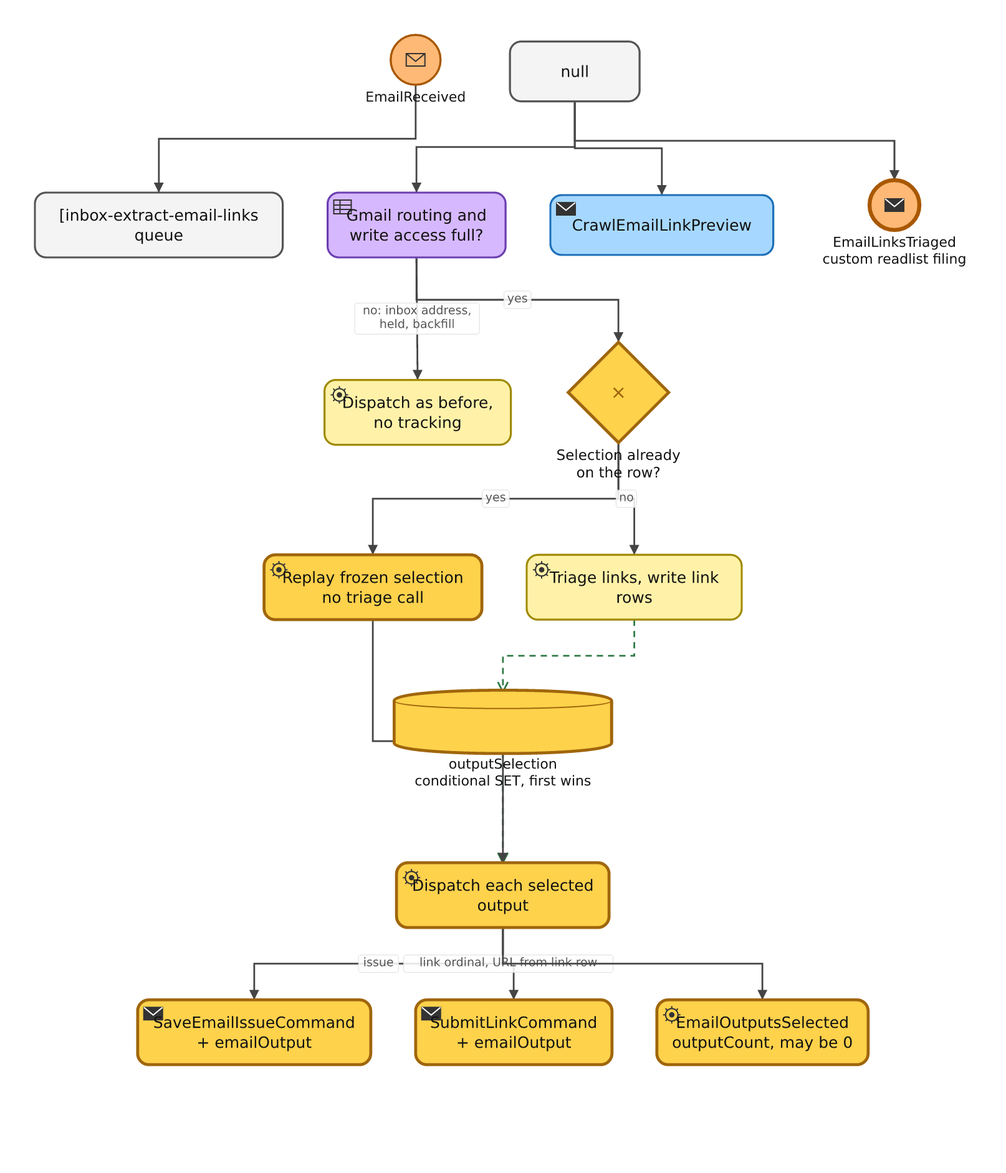
The BPMN diagram .architecture/2026-10-27-b918eea/diagrams-bpmn/selection-dispatch.png in Readplace/readplace.com, before a commit. Its source is kept beside it as .architecture/2026-10-27-b918eea/diagrams-bpmn/selection-dispatch.bpmn. Ids are renumbered.
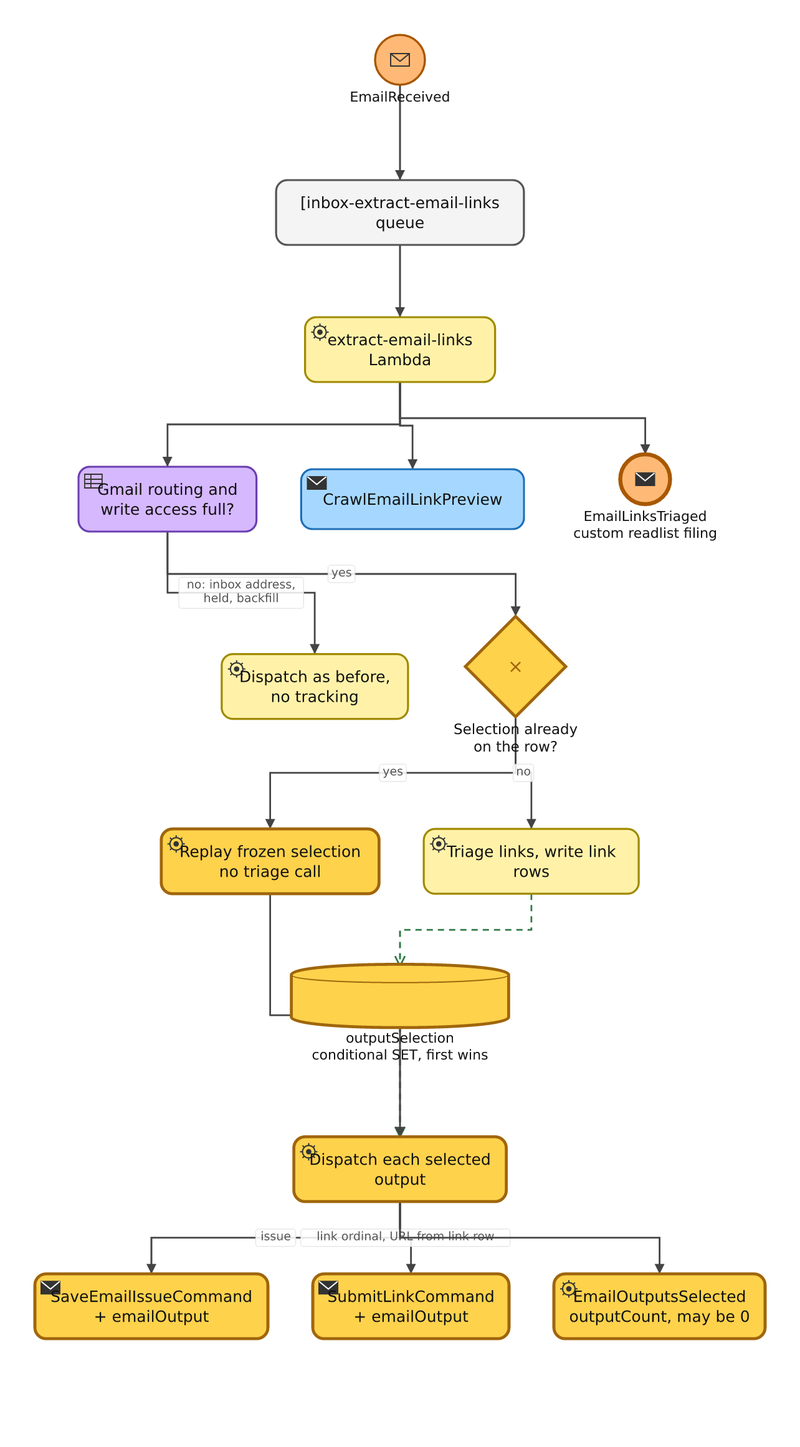
Above is the later version.

What changed in the source:
```diff
@@ -6,196 +6,203 @@
     </bpmn:startEvent>
     <bpmn:task id="n_XQ" name="[inbox-extract-email-links queue">
       <bpmn:incoming>f_0</bpmn:incoming>
+      <bpmn:outgoing>f_1</bpmn:outgoing>
     </bpmn:task>
-    <bpmn:task id="n_X" name="">
-      <bpmn:outgoing>f_1</bpmn:outgoing>
-      <bpmn:outgoing>f_12</bpmn:outgoing>
-      <bpmn:outgoing>f_13</bpmn:outgoing>
-    </bpmn:task>
-    <bpmn:businessRuleTask id="n_TRACK" name="Gmail routing and write access full?">
+    <bpmn:serviceTask id="n_X" name="extract-email-links Lambda">
       <bpmn:incoming>f_1</bpmn:incoming>
       <bpmn:outgoing>f_2</bpmn:outgoing>
+      <bpmn:outgoing>f_13</bpmn:outgoing>
+      <bpmn:outgoing>f_14</bpmn:outgoing>
+    </bpmn:serviceTask>
+    <bpmn:businessRuleTask id="n_TRACK" name="Gmail routing and write access full?">
+      <bpmn:incoming>f_2</bpmn:incoming>
       <bpmn:outgoing>f_3</bpmn:outgoing>
+      <bpmn:outgoing>f_4</bpmn:outgoing>
     </bpmn:businessRuleTask>
     <bpmn:serviceTask id="n_OLD" name="Dispatch as before, no tracking">
-      <bpmn:incoming>f_2</bpmn:incoming>
+      <bpmn:incoming>f_3</bpmn:incoming>
     </bpmn:serviceTask>
     <bpmn:exclusiveGateway id="n_FROZEN" name="Selection already on the row?">
-      <bpmn:incoming>f_3</bpmn:incoming>
-      <bpmn:outgoing>f_4</bpmn:outgoing>
+      <bpmn:incoming>f_4</bpmn:incoming>
       <bpmn:outgoing>f_5</bpmn:outgoing>
+      <bpmn:outgoing>f_6</bpmn:outgoing>
     </bpmn:exclusiveGateway>
     <bpmn:serviceTask id="n_REPLAY" name="Replay frozen selection no triage call">
-      <bpmn:incoming>f_4</bpmn:incoming>
-      <bpmn:outgoing>f_8</bpmn:outgoing>
+      <bpmn:incoming>f_5</bpmn:incoming>
+      <bpmn:outgoing>f_9</bpmn:outgoing>
     </bpmn:serviceTask>
     <bpmn:serviceTask id="n_TRIAGE" name="Triage links, write link rows">
-      <bpmn:incoming>f_5</bpmn:incoming>
+      <bpmn:incoming>f_6</bpmn:incoming>
     </bpmn:serviceTask>
     <bpmn:dataStoreReference id="n_SELECT" name="outputSelection conditional SET, first wins"></bpmn:dataStoreReference>
     <bpmn:serviceTask id="n_DISPATCH" name="Dispatch each selected output">
-      <bpmn:incoming>f_8</bpmn:incoming>
-      <bpmn:outgoing>f_9</bpmn:outgoing>
+      <bpmn:incoming>f_9</bpmn:incoming>
       <bpmn:outgoing>f_10</bpmn:outgoing>
       <bpmn:outgoing>f_11</bpmn:outgoing>
+      <bpmn:outgoing>f_12</bpmn:outgoing>
     </bpmn:serviceTask>
     <bpmn:sendTask id="n_SEI" name="SaveEmailIssueCommand + emailOutput">
-      <bpmn:incoming>f_9</bpmn:incoming>
+      <bpmn:incoming>f_10</bpmn:incoming>
     </bpmn:sendTask>
     <bpmn:sendTask id="n_SLC" name="SubmitLinkCommand + emailOutput">
-      <bpmn:incoming>f_10</bpmn:incoming>
+      <bpmn:incoming>f_11</bpmn:incoming>
     </bpmn:sendTask>
     <bpmn:serviceTask id="n_SELECTED" name="EmailOutputsSelected outputCount, may be 0">
-      <bpmn:incoming>f_11</bpmn:incoming>
+      <bpmn:incoming>f_12</bpmn:incoming>
     </bpmn:serviceTask>
     <bpmn:sendTask id="n_PREVIEW" name="CrawlEmailLinkPreview">
-      <bpmn:incoming>f_12</bpmn:incoming>
+      <bpmn:incoming>f_13</bpmn:incoming>
     </bpmn:sendTask>
     <bpmn:endEvent id="n_TRIAGED" name="EmailLinksTriaged custom readlist filing">
-      <bpmn:incoming>f_13</bpmn:incoming>
+      <bpmn:incoming>f_14</bpmn:incoming>
       <bpmn:messageEventDefinition />
     </bpmn:endEvent>
     <bpmn:sequenceFlow id="f_0" name="" sourceRef="n_RECEIVED" targetRef="n_XQ" />
-    <bpmn:sequenceFlow id="f_1" name="" sourceRef="n_X" targetRef="n_TRACK" />
-    <bpmn:sequenceFlow id="f_2" name="no: inbox address, held, backfill" sourceRef="n_TRACK" targetRef="n_OLD" />
-    <bpmn:sequenceFlow id="f_3" name="yes" sourceRef="n_TRACK" targetRef="n_FROZEN" />
-    <bpmn:sequenceFlow id="f_4" name="yes" sourceRef="n_FROZEN" targetRef="n_REPLAY" />
-    <bpmn:sequenceFlow id="f_5" name="no" sourceRef="n_FROZEN" targetRef="n_TRIAGE" />
-    <bpmn:sequenceFlow id="f_8" name="" sourceRef="n_REPLAY" targetRef="n_DISPATCH" />
-    <bpmn:sequenceFlow id="f_9" name="issue" sourceRef="n_DISPATCH" targetRef="n_SEI" />
-    <bpmn:sequenceFlow id="f_10" name="link ordinal, URL from link row" sourceRef="n_DISPATCH" targetRef="n_SLC" />
-    <bpmn:sequenceFlow id="f_11" name="" sourceRef="n_DISPATCH" targetRef="n_SELECTED" />
-    <bpmn:sequenceFlow id="f_12" name="" sourceRef="n_X" targetRef="n_PREVIEW" />
-    <bpmn:sequenceFlow id="f_13" name="" sourceRef="n_X" targetRef="n_TRIAGED" />
-    <bpmn:association id="f_6" sourceRef="n_TRIAGE" targetRef="n_SELECT" associationDirection="One" />
-    <bpmn:association id="f_7" sourceRef="n_SELECT" targetRef="n_DISPATCH" associationDirection="One" />
+    <bpmn:sequenceFlow id="f_1" name="" sourceRef="n_XQ" targetRef="n_X" />
+    <bpmn:sequenceFlow id="f_2" name="" sourceRef="n_X" targetRef="n_TRACK" />
+    <bpmn:sequenceFlow id="f_3" name="no: inbox address, held, backfill" sourceRef="n_TRACK" targetRef="n_OLD" />
+    <bpmn:sequenceFlow id="f_4" name="yes" sourceRef="n_TRACK" targetRef="n_FROZEN" />
+    <bpmn:sequenceFlow id="f_5" name="yes" sourceRef="n_FROZEN" targetRef="n_REPLAY" />
+    <bpmn:sequenceFlow id="f_6" name="no" sourceRef="n_FROZEN" targetRef="n_TRIAGE" />
+    <bpmn:sequenceFlow id="f_9" name="" sourceRef="n_REPLAY" targetRef="n_DISPATCH" />
+    <bpmn:sequenceFlow id="f_10" name="issue" sourceRef="n_DISPATCH" targetRef="n_SEI" />
+    <bpmn:sequenceFlow id="f_11" name="link ordinal, URL from link row" sourceRef="n_DISPATCH" targetRef="n_SLC" />
+    <bpmn:sequenceFlow id="f_12" name="" sourceRef="n_DISPATCH" targetRef="n_SELECTED" />
+    <bpmn:sequenceFlow id="f_13" name="" sourceRef="n_X" targetRef="n_PREVIEW" />
+    <bpmn:sequenceFlow id="f_14" name="" sourceRef="n_X" targetRef="n_TRIAGED" />
+    <bpmn:association id="f_7" sourceRef="n_TRIAGE" targetRef="n_SELECT" associationDirection="One" />
+    <bpmn:association id="f_8" sourceRef="n_SELECT" targetRef="n_DISPATCH" associationDirection="One" />
   </bpmn:process>
   <bpmndi:BPMNDiagram id="Diagram_selection_dispatch">
     <bpmndi:BPMNPlane id="Plane_selection_dispatch" bpmnElement="Process_selection_dispatch">
       <bpmndi:BPMNShape id="n_RECEIVED_di" bpmnElement="n_RECEIVED">
-        <dc:Bounds x="313.4" y="28" width="40" height="40" />
+        <dc:Bounds x="301" y="28" width="40" height="40" />
       </bpmndi:BPMNShape>
       <bpmndi:BPMNShape id="n_XQ_di" bpmnElement="n_XQ">
-        <dc:Bounds x="28" y="154.5" width="198.75" height="52" />
+        <dc:Bounds x="221.63" y="144.5" width="198.75" height="52" />
       </bpmndi:BPMNShape>
       <bpmndi:BPMNShape id="n_X_di" bpmnElement="n_X">
-        <dc:Bounds x="409.11" y="33.25" width="104" height="48" />
+        <dc:Bounds x="244.75" y="254.5" width="152.5" height="52" />
       </bpmndi:BPMNShape>
       <bpmndi:BPMNShape id="n_TRACK_di" bpmnElement="n_TRACK">
-        <dc:Bounds x="262.75" y="154.5" width="142.75" height="52" />
+        <dc:Bounds x="62.98" y="374.5" width="142.75" height="52" />
       </bpmndi:BPMNShape>
       <bpmndi:BPMNShape id="n_OLD_di" bpmnElement="n_OLD">
-        <dc:Bounds x="260.27" y="304.8" width="149.5" height="52" />
+        <dc:Bounds x="177.88" y="524.8" width="149.5" height="52" />
       </bpmndi:BPMNShape>
       <bpmndi:BPMNShape id="n_FROZEN_di" bpmnElement="n_FROZEN">
-        <dc:Bounds x="455.85" y="274.5" width="80.59" height="80.59" />
+        <dc:Bounds x="373.45" y="494.5" width="80.59" height="80.59" />
       </bpmndi:BPMNShape>
       <bpmndi:BPMNShape id="n_REPLAY_di" bpmnElement="n_REPLAY">
-        <dc:Bounds x="211.77" y="445.09" width="174.75" height="52" />
+        <dc:Bounds x="129.38" y="665.09" width="174.75" height="52" />
       </bpmndi:BPMNShape>
       <bpmndi:BPMNShape id="n_TRIAGE_di" bpmnElement="n_TRIAGE">
-        <dc:Bounds x="422.52" y="445.09" width="172.5" height="52" />
+        <dc:Bounds x="340.13" y="665.09" width="172.5" height="52" />
       </bpmndi:BPMNShape>
       <bpmndi:BPMNShape id="n_SELECT_di" bpmnElement="n_SELECT">
-        <dc:Bounds x="316.16" y="555.09" width="174.46" height="48" />
+        <dc:Bounds x="233.77" y="775.09" width="174.46" height="48" />
       </bpmndi:BPMNShape>
       <bpmndi:BPMNShape id="n_DISPATCH_di" bpmnElement="n_DISPATCH">
-        <dc:Bounds x="318.15" y="692.09" width="170.5" height="52" />
+        <dc:Bounds x="235.75" y="912.09" width="170.5" height="52" />
       </bpmndi:BPMNShape>
       <bpmndi:BPMNShape id="n_SEI_di" bpmnElement="n_SEI">
-        <dc:Bounds x="110.39" y="802.09" width="187" height="52" />
+        <dc:Bounds x="28" y="1022.09" width="187" height="52" />
       </bpmndi:BPMNShape>
       <bpmndi:BPMNShape id="n_SLC_di" bpmnElement="n_SLC">
-        <dc:Bounds x="333.4" y="802.09" width="157.5" height="52" />
+        <dc:Bounds x="251" y="1022.09" width="157.5" height="52" />
       </bpmndi:BPMNShape>
       <bpmndi:BPMNShape id="n_SELECTED_di" bpmnElement="n_SELECTED">
-        <dc:Bounds x="526.9" y="802.09" width="169.5" height="52" />
+        <dc:Bounds x="444.5" y="1022.09" width="169.5" height="52" />
       </bpmndi:BPMNShape>
       <bpmndi:BPMNShape id="n_PREVIEW_di" bpmnElement="n_PREVIEW">
-        <dc:Bounds x="441.5" y="156.5" width="178.75" height="48" />
+        <dc:Bounds x="241.73" y="376.5" width="178.75" height="48" />
       </bpmndi:BPMNShape>
       <bpmndi:BPMNShape id="n_TRIAGED_di" bpmnElement="n_TRIAGED">
-        <dc:Bounds x="697.52" y="144.5" width="40" height="40" />
+        <dc:Bounds x="497.75" y="364.5" width="40" height="40" />
       </bpmndi:BPMNShape>
       <bpmndi:BPMNEdge id="f_0_di" bpmnElement="f_0">
-        <di:waypoint x="333.4" y="68" />
-        <di:waypoint x="333.4" y="111.25" />
-        <di:waypoint x="127.38" y="111.25" />
-        <di:waypoint x="127.38" y="154.5" />
+        <di:waypoint x="321" y="68" />
+        <di:waypoint x="321" y="144.5" />
       </bpmndi:BPMNEdge>
       <bpmndi:BPMNEdge id="f_1_di" bpmnElement="f_1">
-        <di:waypoint x="461.11" y="81.25" />
-        <di:waypoint x="461.11" y="117.88" />
-        <di:waypoint x="334.13" y="117.88" />
-        <di:waypoint x="334.13" y="154.5" />
+        <di:waypoint x="321" y="196.5" />
+        <di:waypoint x="321" y="254.5" />
       </bpmndi:BPMNEdge>
       <bpmndi:BPMNEdge id="f_2_di" bpmnElement="f_2">
-        <di:waypoint x="334.13" y="206.5" />
-        <di:waypoint x="335.03" y="304.8" />
+        <di:waypoint x="321" y="306.5" />
+        <di:waypoint x="321" y="340.5" />
+        <di:waypoint x="134.36" y="340.5" />
+        <di:waypoint x="134.36" y="374.5" />
       </bpmndi:BPMNEdge>
       <bpmndi:BPMNEdge id="f_3_di" bpmnElement="f_3">
-        <di:waypoint x="334.13" y="206.5" />
-        <di:waypoint x="334.13" y="240.5" />
-        <di:waypoint x="496.15" y="240.5" />
-        <di:waypoint x="496.15" y="274.5" />
+        <di:waypoint x="134.36" y="426.5" />
+        <di:waypoint x="134.36" y="475.65" />
+        <di:waypoint x="252.63" y="475.65" />
+        <di:waypoint x="252.63" y="524.8" />
       </bpmndi:BPMNEdge>
       <bpmndi:BPMNEdge id="f_4_di" bpmnElement="f_4">
-        <di:waypoint x="496.15" y="355.09" />
-        <di:waypoint x="496.15" y="400.09" />
-        <di:waypoint x="299.15" y="400.09" />
-        <di:waypoint x="299.15" y="445.09" />
+        <di:waypoint x="134.36" y="426.5" />
+        <di:waypoint x="134.36" y="460.5" />
+        <di:waypoint x="413.75" y="460.5" />
+        <di:waypoint x="413.75" y="494.5" />
       </bpmndi:BPMNEdge>
       <bpmndi:BPMNEdge id="f_5_di" bpmnElement="f_5">
-        <di:waypoint x="496.15" y="355.09" />
-        <di:waypoint x="496.15" y="400.09" />
-        <di:waypoint x="508.77" y="400.09" />
-        <di:waypoint x="508.77" y="445.09" />
+        <di:waypoint x="413.75" y="575.09" />
+        <di:waypoint x="413.75" y="620.09" />
+        <di:waypoint x="216.75" y="620.09" />
+        <di:waypoint x="216.75" y="665.09" />
+      </bpmndi:BPMNEdge>
+      <bpmndi:BPMNEdge id="f_6_di" bpmnElement="f_6">
+        <di:waypoint x="413.75" y="575.09" />
+        <di:waypoint x="413.75" y="620.09" />
+        <di:waypoint x="426.38" y="620.09" />
+        <di:waypoint x="426.38" y="665.09" />
+      </bpmndi:BPMNEdge>
+      <bpmndi:BPMNEdge id="f_9_di" bpmnElement="f_9">
+        <di:waypoint x="216.75" y="717.09" />
+        <di:waypoint x="216.75" y="814.59" />
+        <di:waypoint x="321" y="814.59" />
+        <di:waypoint x="321" y="912.09" />
+      </bpmndi:BPMNEdge>
+      <bpmndi:BPMNEdge id="f_10_di" bpmnElement="f_10">
+        <di:waypoint x="321" y="964.09" />
+        <di:waypoint x="321" y="993.09" />
+        <di:waypoint x="121.5" y="993.09" />
+        <di:waypoint x="121.5" y="1022.09" />
+      </bpmndi:BPMNEdge>
+      <bpmndi:BPMNEdge id="f_11_di" bpmnElement="f_11">
+        <di:waypoint x="321" y="964.09" />
+        <di:waypoint x="321" y="993.09" />
+        <di:waypoint x="329.75" y="993.09" />
+        <di:waypoint x="329.75" y="1022.09" />
+      </bpmndi:BPMNEdge>
+      <bpmndi:BPMNEdge id="f_12_di" bpmnElement="f_12">
+        <di:waypoint x="321" y="964.09" />
+        <di:waypoint x="321" y="993.09" />
+        <di:waypoint x="529.25" y="993.09" />
+        <di:waypoint x="529.25" y="1022.09" />
+      </bpmndi:BPMNEdge>
+      <bpmndi:BPMNEdge id="f_13_di" bpmnElement="f_13">
+        <di:waypoint x="321" y="306.5" />
+        <di:waypoint x="321" y="341.5" />
+        <di:waypoint x="331.11" y="341.5" />
+        <di:waypoint x="331.11" y="376.5" />
+      </bpmndi:BPMNEdge>
+      <bpmndi:BPMNEdge id="f_14_di" bpmnElement="f_14">
+        <di:waypoint x="321" y="306.5" />
+        <di:waypoint x="321" y="335.5" />
+        <di:waypoint x="517.75" y="335.5" />
+        <di:waypoint x="517.75" y="364.5" />
+      </bpmndi:BPMNEdge>
+      <bpmndi:BPMNEdge id="f_7_di" bpmnElement="f_7">
+        <di:waypoint x="426.38" y="717.09" />
+        <di:waypoint x="426.38" y="746.09" />
+        <di:waypoint x="321" y="746.09" />
+        <di:waypoint x="321" y="775.09" />
       </bpmndi:BPMNEdge>
       <bpmndi:BPMNEdge id="f_8_di" bpmnElement="f_8">
-        <di:waypoint x="299.15" y="497.09" />
-        <di:waypoint x="299.15" y="594.59" />
-        <di:waypoint x="403.4" y="594.59" />
-        <di:waypoint x="403.4" y="692.09" />
-      </bpmndi:BPMNEdge>
-      <bpmndi:BPMNEdge id="f_9_di" bpmnElement="f_9">
-        <di:waypoint x="403.4" y="744.09" />
-        <di:waypoint x="403.4" y="773.09" />
-        <di:waypoint x="203.9" y="773.09" />
-        <di:waypoint x="203.9" y="802.09" />
-      </bpmndi:BPMNEdge>
-      <bpmndi:BPMNEdge id="f_10_di" bpmnElement="f_10">
-        <di:waypoint x="403.4" y="744.09" />
-        <di:waypoint x="403.4" y="773.09" />
-        <di:waypoint x="412.15" y="773.09" />
-        <di:waypoint x="412.15" y="802.09" />
-      </bpmndi:BPMNEdge>
-      <bpmndi:BPMNEdge id="f_11_di" bpmnElement="f_11">
-        <di:waypoint x="403.4" y="744.09" />
-        <di:waypoint x="403.4" y="773.09" />
-        <di:waypoint x="611.65" y="773.09" />
-        <di:waypoint x="611.65" y="802.09" />
-      </bpmndi:BPMNEdge>
-      <bpmndi:BPMNEdge id="f_12_di" bpmnElement="f_12">
-        <di:waypoint x="461.11" y="81.25" />
-        <di:waypoint x="461.11" y="118.88" />
-        <di:waypoint x="530.88" y="118.88" />
-        <di:waypoint x="530.88" y="156.5" />
-      </bpmndi:BPMNEdge>
-      <bpmndi:BPMNEdge id="f_13_di" bpmnElement="f_13">
-        <di:waypoint x="461.11" y="81.25" />
-        <di:waypoint x="461.11" y="112.88" />
-        <di:waypoint x="717.52" y="112.88" />
-        <di:waypoint x="717.52" y="144.5" />
-      </bpmndi:BPMNEdge>
-      <bpmndi:BPMNEdge id="f_6_di" bpmnElement="f_6">
-        <di:waypoint x="508.77" y="497.09" />
-        <di:waypoint x="508.77" y="526.09" />
-        <di:waypoint x="403.4" y="526.09" />
-        <di:waypoint x="403.4" y="555.09" />
-      </bpmndi:BPMNEdge>
-      <bpmndi:BPMNEdge id="f_7_di" bpmnElement="f_7">
-        <di:waypoint x="403.4" y="603.09" />
-        <di:waypoint x="403.4" y="692.09" />
+        <di:waypoint x="321" y="823.09" />
+        <di:waypoint x="321" y="912.09" />
       </bpmndi:BPMNEdge>
     </bpmndi:BPMNPlane>
   </bpmndi:BPMNDiagram>
```
